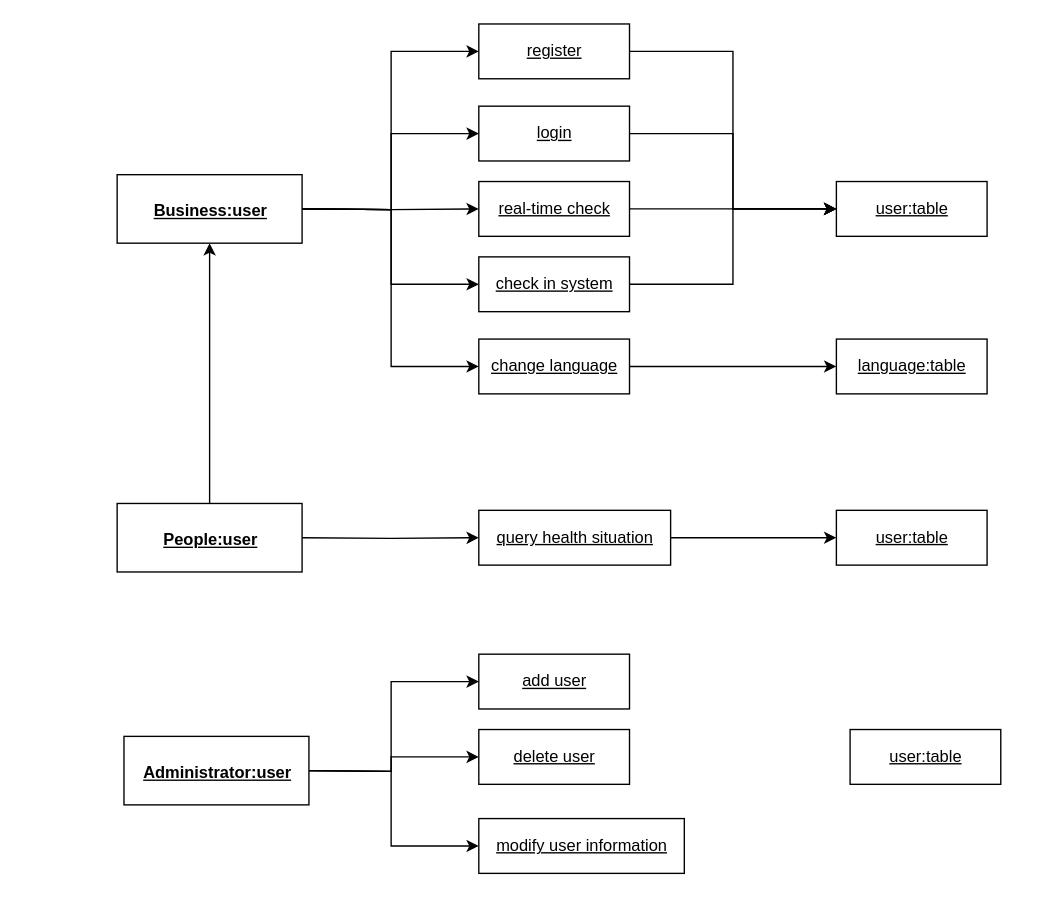
Above: page "object diagram2" (6 of 6) of object diagram.drawio in vivianyiye/vivianyiye (draw.io), before the change. Source tidied: cells renumbered, new cells numbered last; positions are measured from the earlier drawing's top-left corner, leaving out a move shared by most shapes. Both pictures are drawn from the tidied source at 137%, with x=0, y=0 at pixel (116, 23).
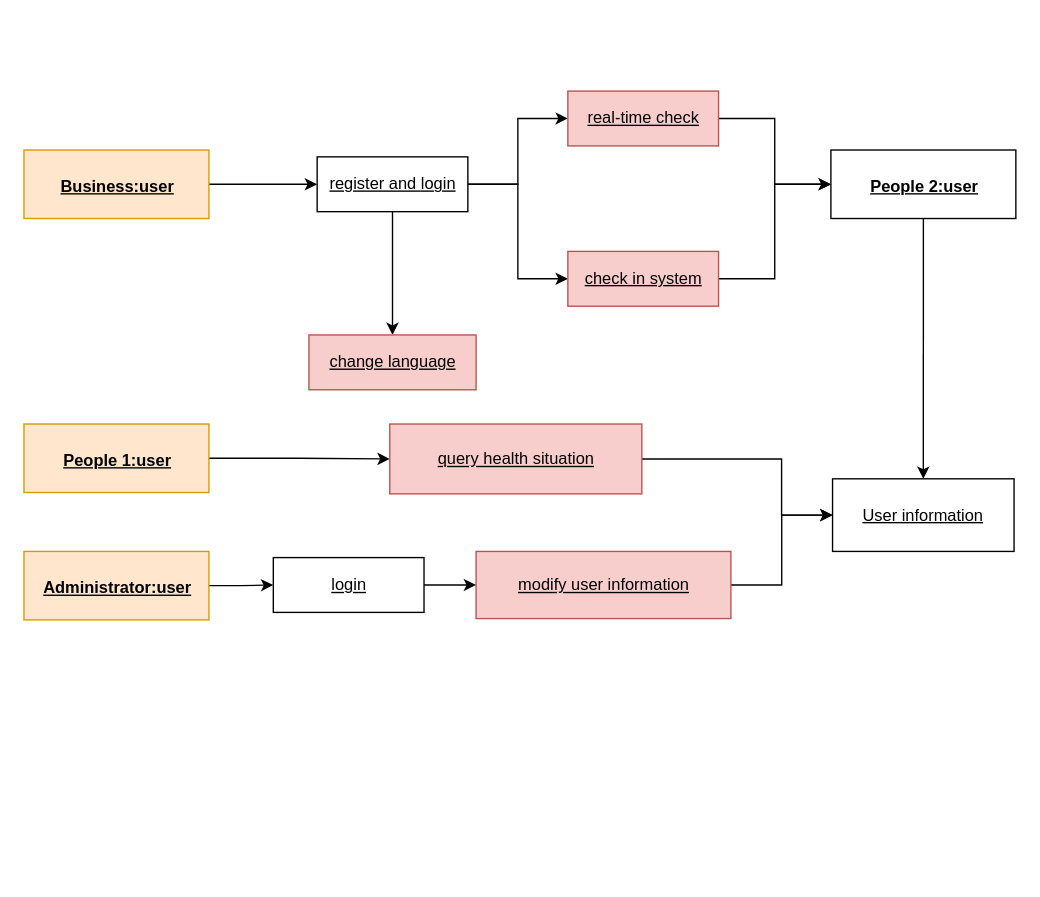
Above is the later version.

What changed in the source:
```diff
@@
-    <mxCell id="2" style="edgeStyle=orthogonalEdgeStyle;rounded=0;jettySize=auto;html=1;exitX=1;exitY=0.5;exitDx=0;exitDy=0;entryX=0;entryY=0.5;entryDx=0;entryDy=0;" parent="1" edge="1" target="12">
-      <mxGeometry relative="1" as="geometry">
-        <mxPoint x="135" y="135" as="sourcePoint" />
-      </mxGeometry>
+    <mxCell id="2" style="edgeStyle=orthogonalEdgeStyle;rounded=0;jettySize=auto;html=1;exitX=1;exitY=0.5;exitDx=0;exitDy=0;entryX=0;entryY=0.5;entryDx=0;entryDy=0;" parent="1" edge="1" source="30" target="12">
+      <mxGeometry relative="1" as="geometry" />
     </mxCell>
-    <mxCell id="3" style="edgeStyle=orthogonalEdgeStyle;rounded=0;jettySize=auto;html=1;exitX=1;exitY=0.5;exitDx=0;exitDy=0;entryX=0;entryY=0.5;entryDx=0;entryDy=0;" parent="1" edge="1" target="14">
-      <mxGeometry relative="1" as="geometry">
-        <mxPoint x="135" y="135" as="sourcePoint" />
-      </mxGeometry>
-    </mxCell>
-    <mxCell id="4" style="edgeStyle=orthogonalEdgeStyle;rounded=0;jettySize=auto;html=1;exitX=1;exitY=0.5;exitDx=0;exitDy=0;entryX=0;entryY=0.5;entryDx=0;entryDy=0;" parent="1" edge="1" target="16">
-      <mxGeometry relative="1" as="geometry">
-        <mxPoint x="135" y="135" as="sourcePoint" />
-      </mxGeometry>
-    </mxCell>
-    <mxCell id="5" style="edgeStyle=orthogonalEdgeStyle;rounded=0;jettySize=auto;html=1;exitX=1;exitY=0.5;exitDx=0;exitDy=0;entryX=0;entryY=0.5;entryDx=0;entryDy=0;" parent="1" edge="1" target="18">
-      <mxGeometry relative="1" as="geometry">
-        <mxPoint x="135" y="135" as="sourcePoint" />
-      </mxGeometry>
-    </mxCell>
-    <mxCell id="6" style="edgeStyle=orthogonalEdgeStyle;rounded=0;jettySize=auto;html=1;exitX=1;exitY=0.5;exitDx=0;exitDy=0;entryX=0;entryY=0.5;entryDx=0;entryDy=0;" parent="1" edge="1" target="20">
-      <mxGeometry relative="1" as="geometry">
-        <mxPoint x="135" y="135" as="sourcePoint" />
-      </mxGeometry>
-    </mxCell>
-    <mxCell id="7" style="edgeStyle=orthogonalEdgeStyle;rounded=0;jettySize=auto;html=1;exitX=1;exitY=0.5;exitDx=0;exitDy=0;entryX=0;entryY=0.5;entryDx=0;entryDy=0;" parent="1" edge="1" target="23">
-      <mxGeometry relative="1" as="geometry">
-        <mxPoint x="135" y="375" as="sourcePoint" />
-      </mxGeometry>
+    <mxCell id="7" style="edgeStyle=orthogonalEdgeStyle;rounded=0;jettySize=auto;html=1;exitX=1;exitY=0.5;exitDx=0;exitDy=0;entryX=0;entryY=0.5;entryDx=0;entryDy=0;" parent="1" edge="1" source="32" target="23">
+      <mxGeometry relative="1" as="geometry" />
     </mxCell>
-    <mxCell id="8" style="edgeStyle=orthogonalEdgeStyle;rounded=0;jettySize=auto;html=1;exitX=1;exitY=0.5;exitDx=0;exitDy=0;entryX=0;entryY=0.5;entryDx=0;entryDy=0;" parent="1" edge="1" target="21">
-      <mxGeometry relative="1" as="geometry">
-        <mxPoint x="135" y="545" as="sourcePoint" />
-      </mxGeometry>
-    </mxCell>
-    <mxCell id="9" style="edgeStyle=orthogonalEdgeStyle;rounded=0;jettySize=auto;html=1;exitX=1;exitY=0.5;exitDx=0;exitDy=0;entryX=0;entryY=0.5;entryDx=0;entryDy=0;" parent="1" edge="1" target="24">
-      <mxGeometry relative="1" as="geometry">
-        <mxPoint x="135" y="545" as="sourcePoint" />
-      </mxGeometry>
-    </mxCell>
-    <mxCell id="10" style="edgeStyle=orthogonalEdgeStyle;rounded=0;jettySize=auto;html=1;exitX=1;exitY=0.5;exitDx=0;exitDy=0;entryX=0;entryY=0.5;entryDx=0;entryDy=0;" parent="1" edge="1" target="25">
-      <mxGeometry relative="1" as="geometry">
-        <mxPoint x="135" y="545" as="sourcePoint" />
-      </mxGeometry>
+    <mxCell id="10" style="edgeStyle=orthogonalEdgeStyle;rounded=0;jettySize=auto;html=1;exitX=1;exitY=0.5;exitDx=0;exitDy=0;entryX=0;entryY=0.5;entryDx=0;entryDy=0;" parent="1" edge="1" source="33" target="14">
+      <mxGeometry relative="1" as="geometry" />
     </mxCell>
-    <mxCell id="11" style="edgeStyle=orthogonalEdgeStyle;rounded=0;jettySize=auto;html=1;exitX=1;exitY=0.5;exitDx=0;exitDy=0;entryX=0;entryY=0.5;entryDx=0;entryDy=0;" parent="1" edge="1" source="12" target="27">
-      <mxGeometry relative="1" as="geometry" />
-    </mxCell>
+    <mxCell id="34" style="edgeStyle=orthogonalEdgeStyle;rounded=0;jettySize=auto;html=1;exitX=1;exitY=0.5;exitDx=0;exitDy=0;entryX=0;entryY=0.5;entryDx=0;entryDy=0;" parent="1" edge="1" source="12" target="18">
+      <mxGeometry relative="1" as="geometry" />
+    </mxCell>
+    <mxCell id="35" style="edgeStyle=orthogonalEdgeStyle;rounded=0;jettySize=auto;html=1;exitX=1;exitY=0.5;exitDx=0;exitDy=0;entryX=0;entryY=0.5;entryDx=0;entryDy=0;" parent="1" edge="1" source="12" target="20">
+      <mxGeometry relative="1" as="geometry" />
+    </mxCell>
+    <mxCell id="36" style="edgeStyle=orthogonalEdgeStyle;rounded=0;jettySize=auto;html=1;exitX=0.5;exitY=1;exitDx=0;exitDy=0;entryX=0.5;entryY=0;entryDx=0;entryDy=0;" parent="1" edge="1" source="12" target="16">
+      <mxGeometry relative="1" as="geometry" />
+    </mxCell>
-    <mxCell id="12" value="&lt;span style=&quot;text-align: left&quot;&gt;&lt;u&gt;register&lt;/u&gt;&lt;/span&gt;" style="html=1;" parent="1" vertex="1">
-      <mxGeometry x="264" width="110" height="40" as="geometry" />
+    <mxCell id="12" value="&lt;span style=&quot;text-align: left&quot;&gt;&lt;u&gt;register and&amp;nbsp;&lt;/u&gt;&lt;/span&gt;&lt;u style=&quot;text-align: left&quot;&gt;login&lt;/u&gt;" style="html=1;" parent="1" vertex="1">
+      <mxGeometry x="146" y="97" width="110" height="40" as="geometry" />
     </mxCell>
-    <mxCell id="13" style="edgeStyle=orthogonalEdgeStyle;rounded=0;jettySize=auto;html=1;exitX=1;exitY=0.5;exitDx=0;exitDy=0;entryX=0;entryY=0.5;entryDx=0;entryDy=0;" parent="1" edge="1" source="14" target="27">
-      <mxGeometry relative="1" as="geometry" />
-    </mxCell>
-    <mxCell id="14" value="&lt;span style=&quot;text-align: left&quot;&gt;&lt;u&gt;login&lt;/u&gt;&lt;/span&gt;" style="html=1;" parent="1" vertex="1">
-      <mxGeometry x="264" y="60" width="110" height="40" as="geometry" />
-    </mxCell>
-    <mxCell id="15" style="edgeStyle=orthogonalEdgeStyle;rounded=0;jettySize=auto;html=1;exitX=1;exitY=0.5;exitDx=0;exitDy=0;entryX=0;entryY=0.5;entryDx=0;entryDy=0;" parent="1" edge="1" source="16" target="28">
-      <mxGeometry relative="1" as="geometry" />
-    </mxCell>
-    <mxCell id="16" value="&lt;span style=&quot;text-align: left&quot;&gt;&lt;u&gt;change language&lt;/u&gt;&lt;/span&gt;" style="html=1;" parent="1" vertex="1">
-      <mxGeometry x="264" y="230" width="110" height="40" as="geometry" />
+    <mxCell id="16" value="&lt;span style=&quot;text-align: left&quot;&gt;&lt;u&gt;change language&lt;/u&gt;&lt;/span&gt;" style="html=1;fillColor=#f8cecc;strokeColor=#b85450;" parent="1" vertex="1">
+      <mxGeometry x="140" y="227" width="122" height="40" as="geometry" />
     </mxCell>
-    <mxCell id="17" style="edgeStyle=orthogonalEdgeStyle;rounded=0;jettySize=auto;html=1;exitX=1;exitY=0.5;exitDx=0;exitDy=0;" parent="1" edge="1" source="18">
-      <mxGeometry relative="1" as="geometry">
-        <mxPoint x="525" y="135" as="targetPoint" />
-      </mxGeometry>
-    </mxCell>
+    <mxCell id="37" style="edgeStyle=orthogonalEdgeStyle;rounded=0;jettySize=auto;html=1;exitX=1;exitY=0.5;exitDx=0;exitDy=0;entryX=0;entryY=0.5;entryDx=0;entryDy=0;" parent="1" edge="1" source="18" target="41">
+      <mxGeometry relative="1" as="geometry" />
+    </mxCell>
-    <mxCell id="18" value="&lt;span style=&quot;text-align: left&quot;&gt;&lt;u&gt;real-time check&lt;/u&gt;&lt;/span&gt;" style="html=1;" parent="1" vertex="1">
-      <mxGeometry x="264" y="115" width="110" height="40" as="geometry" />
+    <mxCell id="18" value="&lt;span style=&quot;text-align: left&quot;&gt;&lt;u&gt;real-time check&lt;/u&gt;&lt;/span&gt;" style="html=1;fillColor=#f8cecc;strokeColor=#b85450;" parent="1" vertex="1">
+      <mxGeometry x="329" y="49" width="110" height="40" as="geometry" />
     </mxCell>
-    <mxCell id="19" style="edgeStyle=orthogonalEdgeStyle;rounded=0;jettySize=auto;html=1;exitX=1;exitY=0.5;exitDx=0;exitDy=0;entryX=0;entryY=0.5;entryDx=0;entryDy=0;" parent="1" edge="1" source="20" target="27">
-      <mxGeometry relative="1" as="geometry" />
-    </mxCell>
+    <mxCell id="38" style="edgeStyle=orthogonalEdgeStyle;rounded=0;jettySize=auto;html=1;exitX=1;exitY=0.5;exitDx=0;exitDy=0;entryX=0;entryY=0.5;entryDx=0;entryDy=0;" parent="1" edge="1" source="20" target="41">
+      <mxGeometry relative="1" as="geometry" />
+    </mxCell>
-    <mxCell id="20" value="&lt;div style=&quot;text-align: left&quot;&gt;&lt;span&gt;&lt;u&gt;check in system&lt;/u&gt;&lt;/span&gt;&lt;/div&gt;" style="html=1;" parent="1" vertex="1">
-      <mxGeometry x="264" y="170" width="110" height="40" as="geometry" />
+    <mxCell id="20" value="&lt;div style=&quot;text-align: left&quot;&gt;&lt;span&gt;&lt;u&gt;check in system&lt;/u&gt;&lt;/span&gt;&lt;/div&gt;" style="html=1;fillColor=#f8cecc;strokeColor=#b85450;" parent="1" vertex="1">
+      <mxGeometry x="329" y="166" width="110" height="40" as="geometry" />
     </mxCell>
-    <mxCell id="21" value="&lt;div style=&quot;text-align: left&quot;&gt;&lt;span&gt;&lt;u&gt;add user&lt;/u&gt;&lt;/span&gt;&lt;/div&gt;" style="html=1;" parent="1" vertex="1">
-      <mxGeometry x="264" y="460" width="110" height="40" as="geometry" />
-    </mxCell>
     <mxCell id="22" style="edgeStyle=orthogonalEdgeStyle;rounded=0;jettySize=auto;html=1;exitX=1;exitY=0.5;exitDx=0;exitDy=0;entryX=0;entryY=0.5;entryDx=0;entryDy=0;" parent="1" edge="1" source="23" target="29">
-      <mxGeometry relative="1" as="geometry" />
+      <mxGeometry relative="1" as="geometry">
+        <Array as="points">
+          <mxPoint x="485" y="318" />
+          <mxPoint x="485" y="359" />
+        </Array>
+      </mxGeometry>
     </mxCell>
-    <mxCell id="23" value="&lt;div style=&quot;text-align: left&quot;&gt;&lt;span&gt;&lt;u&gt;query health situation&lt;/u&gt;&lt;/span&gt;&lt;/div&gt;" style="html=1;" parent="1" vertex="1">
-      <mxGeometry x="264" y="355" width="140" height="40" as="geometry" />
+    <mxCell id="23" value="&lt;div style=&quot;text-align: left&quot;&gt;&lt;span&gt;&lt;u&gt;query health situation&lt;/u&gt;&lt;/span&gt;&lt;/div&gt;" style="html=1;fillColor=#f8cecc;strokeColor=#b85450;" parent="1" vertex="1">
+      <mxGeometry x="199" y="292" width="184" height="51" as="geometry" />
     </mxCell>
-    <mxCell id="24" value="&lt;div style=&quot;text-align: left&quot;&gt;&lt;span&gt;&lt;u&gt;delete user&lt;/u&gt;&lt;/span&gt;&lt;/div&gt;" style="html=1;" parent="1" vertex="1">
-      <mxGeometry x="264" y="515" width="110" height="40" as="geometry" />
-    </mxCell>
+    <mxCell id="39" style="edgeStyle=orthogonalEdgeStyle;rounded=0;jettySize=auto;html=1;exitX=1;exitY=0.5;exitDx=0;exitDy=0;entryX=0;entryY=0.5;entryDx=0;entryDy=0;" parent="1" edge="1" source="25" target="29">
+      <mxGeometry relative="1" as="geometry" />
+    </mxCell>
-    <mxCell id="25" value="&lt;div style=&quot;text-align: left&quot;&gt;&lt;span&gt;&lt;u&gt;modify user information&lt;/u&gt;&lt;/span&gt;&lt;/div&gt;" style="html=1;" parent="1" vertex="1">
-      <mxGeometry x="264" y="580" width="150" height="40" as="geometry" />
+    <mxCell id="25" value="&lt;div style=&quot;text-align: left&quot;&gt;&lt;span&gt;&lt;u&gt;modify user information&lt;/u&gt;&lt;/span&gt;&lt;/div&gt;" style="html=1;fillColor=#f8cecc;strokeColor=#b85450;" parent="1" vertex="1">
+      <mxGeometry x="262" y="385" width="186" height="49" as="geometry" />
     </mxCell>
-    <mxCell id="26" value="&lt;div style=&quot;text-align: left&quot;&gt;&lt;u&gt;user:table&lt;/u&gt;&lt;/div&gt;" style="html=1;" parent="1" vertex="1">
-      <mxGeometry x="535" y="515" width="110" height="40" as="geometry" />
-    </mxCell>
-    <mxCell id="27" value="&lt;div style=&quot;text-align: left&quot;&gt;&lt;u&gt;user:table&lt;/u&gt;&lt;/div&gt;" style="html=1;" parent="1" vertex="1">
-      <mxGeometry x="525" y="115" width="110" height="40" as="geometry" />
-    </mxCell>
-    <mxCell id="28" value="&lt;div style=&quot;text-align: left&quot;&gt;&lt;u&gt;language:table&lt;/u&gt;&lt;/div&gt;" style="html=1;" parent="1" vertex="1">
-      <mxGeometry x="525" y="230" width="110" height="40" as="geometry" />
-    </mxCell>
-    <mxCell id="29" value="&lt;div style=&quot;text-align: left&quot;&gt;&lt;u&gt;user:table&lt;/u&gt;&lt;/div&gt;" style="html=1;" parent="1" vertex="1">
-      <mxGeometry x="525" y="355" width="110" height="40" as="geometry" />
+    <mxCell id="29" value="&lt;div style=&quot;text-align: left&quot;&gt;&lt;u&gt;User information&lt;/u&gt;&lt;/div&gt;" style="html=1;" parent="1" vertex="1">
+      <mxGeometry x="522.2" y="332" width="132.5" height="53" as="geometry" />
     </mxCell>
-    <mxCell id="30" value="&lt;div style=&quot;text-align: left&quot;&gt;&lt;p style=&quot;margin: 4px 0px 0px ; text-align: center&quot;&gt;&lt;b&gt;&lt;u&gt;Business:user&lt;/u&gt;&lt;/b&gt;&lt;/p&gt;&lt;/div&gt;" style="html=1;" parent="1" vertex="1">
-      <mxGeometry y="110" width="135" height="50" as="geometry" />
+    <mxCell id="30" value="&lt;div style=&quot;text-align: left&quot;&gt;&lt;p style=&quot;margin: 4px 0px 0px ; text-align: center&quot;&gt;&lt;b&gt;&lt;u&gt;Business:user&lt;/u&gt;&lt;/b&gt;&lt;/p&gt;&lt;/div&gt;" style="html=1;fillColor=#ffe6cc;strokeColor=#d79b00;" parent="1" vertex="1">
+      <mxGeometry x="-68" y="92" width="135" height="50" as="geometry" />
     </mxCell>
-    <mxCell id="31" style="edgeStyle=orthogonalEdgeStyle;rounded=0;jettySize=auto;html=1;exitX=0.5;exitY=0;exitDx=0;exitDy=0;entryX=0.5;entryY=1;entryDx=0;entryDy=0;" parent="1" edge="1" source="32" target="30">
-      <mxGeometry relative="1" as="geometry" />
-    </mxCell>
-    <mxCell id="32" value="&lt;div style=&quot;text-align: left&quot;&gt;&lt;p style=&quot;margin: 4px 0px 0px ; text-align: center&quot;&gt;&lt;b&gt;&lt;u&gt;People:user&lt;/u&gt;&lt;/b&gt;&lt;/p&gt;&lt;/div&gt;" style="html=1;" parent="1" vertex="1">
-      <mxGeometry y="350" width="135" height="50" as="geometry" />
+    <mxCell id="32" value="&lt;div style=&quot;text-align: left&quot;&gt;&lt;p style=&quot;margin: 4px 0px 0px ; text-align: center&quot;&gt;&lt;b&gt;&lt;u&gt;People 1:user&lt;/u&gt;&lt;/b&gt;&lt;/p&gt;&lt;/div&gt;" style="html=1;fillColor=#ffe6cc;strokeColor=#d79b00;" parent="1" vertex="1">
+      <mxGeometry x="-68" y="292" width="135" height="50" as="geometry" />
     </mxCell>
-    <mxCell id="33" value="&lt;div style=&quot;text-align: left&quot;&gt;&lt;p style=&quot;margin: 4px 0px 0px ; text-align: center&quot;&gt;&lt;b&gt;&lt;u&gt;Administrator&lt;/u&gt;&lt;/b&gt;&lt;b&gt;&lt;u&gt;:user&lt;/u&gt;&lt;/b&gt;&lt;/p&gt;&lt;/div&gt;" style="html=1;" parent="1" vertex="1">
-      <mxGeometry x="5" y="520" width="135" height="50" as="geometry" />
+    <mxCell id="33" value="&lt;div style=&quot;text-align: left&quot;&gt;&lt;p style=&quot;margin: 4px 0px 0px ; text-align: center&quot;&gt;&lt;b&gt;&lt;u&gt;Administrator&lt;/u&gt;&lt;/b&gt;&lt;b&gt;&lt;u&gt;:user&lt;/u&gt;&lt;/b&gt;&lt;/p&gt;&lt;/div&gt;" style="html=1;fillColor=#ffe6cc;strokeColor=#d79b00;" parent="1" vertex="1">
+      <mxGeometry x="-68" y="385" width="135" height="50" as="geometry" />
     </mxCell>
+    <mxCell id="40" style="edgeStyle=orthogonalEdgeStyle;rounded=0;jettySize=auto;html=1;exitX=0.5;exitY=1;exitDx=0;exitDy=0;entryX=0.5;entryY=0;entryDx=0;entryDy=0;" parent="1" edge="1" source="41" target="29">
+      <mxGeometry relative="1" as="geometry" />
+    </mxCell>
+    <mxCell id="41" value="&lt;div style=&quot;text-align: left&quot;&gt;&lt;p style=&quot;margin: 4px 0px 0px ; text-align: center&quot;&gt;&lt;b&gt;&lt;u&gt;People 2:user&lt;/u&gt;&lt;/b&gt;&lt;/p&gt;&lt;/div&gt;" style="html=1;" parent="1" vertex="1">
+      <mxGeometry x="521" y="92" width="135" height="50" as="geometry" />
+    </mxCell>
+    <mxCell id="42" style="edgeStyle=orthogonalEdgeStyle;rounded=0;jettySize=auto;html=1;exitX=1;exitY=0.5;exitDx=0;exitDy=0;entryX=0;entryY=0.5;entryDx=0;entryDy=0;" parent="1" edge="1" source="14" target="25">
+      <mxGeometry relative="1" as="geometry" />
+    </mxCell>
+    <mxCell id="14" value="&lt;div style=&quot;text-align: left&quot;&gt;&lt;span&gt;&lt;u&gt;login&lt;/u&gt;&lt;/span&gt;&lt;/div&gt;" style="html=1;" parent="1" vertex="1">
+      <mxGeometry x="114" y="389.5" width="110" height="40" as="geometry" />
+    </mxCell>
```
